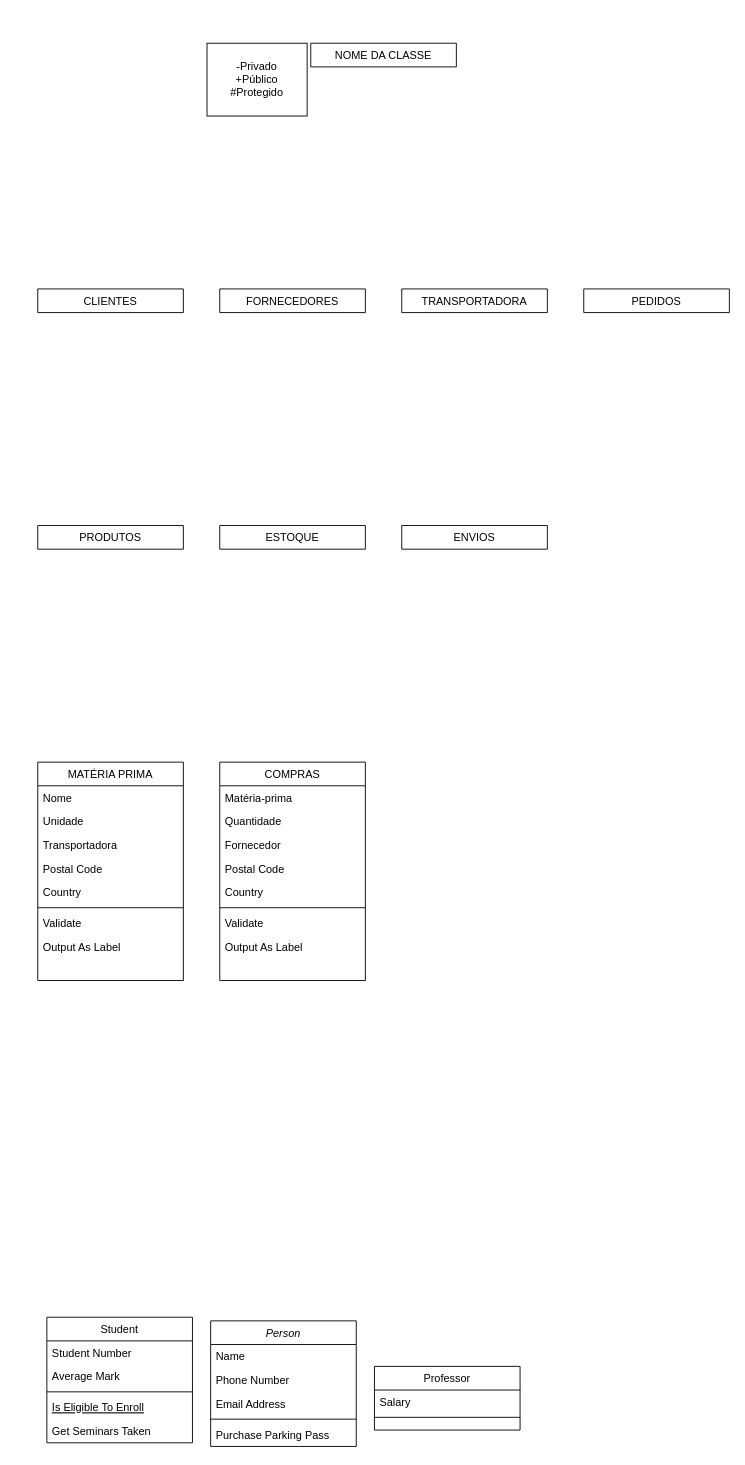
D3ise/fluxograma keeps this draw.io diagram as doc/classe.drawio. Above is the earlier version. Source tidied: cells renumbered, new cells numbered last; positions are measured from the earlier drawing's top-left corner, leaving out a move shared by most shapes. Both pictures are drawn from the tidied source at 91%, with x=0, y=0 at pixel (37, 43).
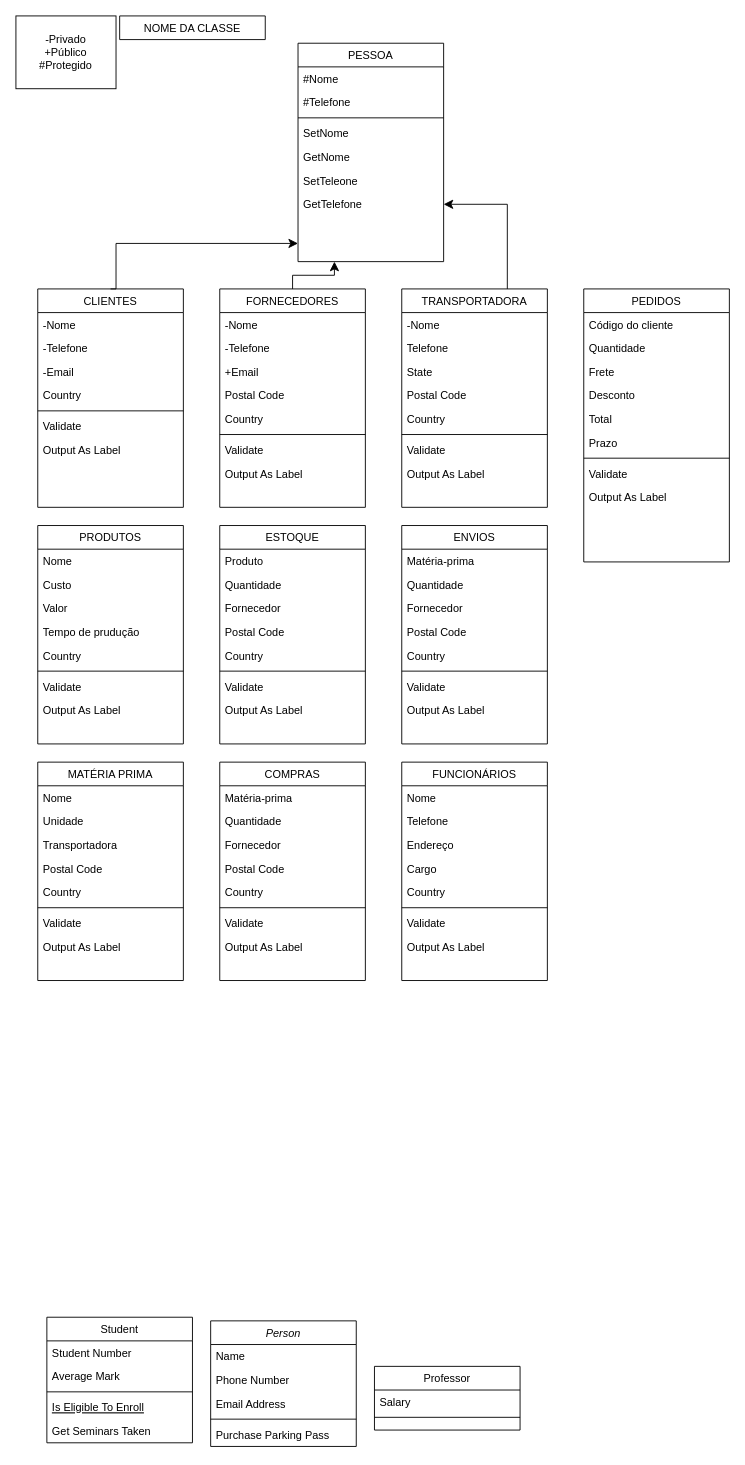
After the change.

Change to the diagram source:
```diff
@@
-    <mxCell id="17" value="CLIENTES" style="swimlane;fontStyle=0;align=center;verticalAlign=top;horizontal=1;startSize=26;rounded=0;shadow=0;strokeWidth=1;" parent="1" vertex="1" collapsed="1">
-      <mxGeometry y="270" width="160" height="26" as="geometry" />
+    <mxCell id="17" value="CLIENTES" style="swimlane;fontStyle=0;align=center;verticalAlign=top;horizontal=1;startSize=26;rounded=0;shadow=0;strokeWidth=1;" parent="1" vertex="1">
+      <mxGeometry y="270" width="160" height="240" as="geometry" />
     </mxCell>
+    <mxCell id="44" value="-Nome" style="text;align=left;verticalAlign=top;spacingLeft=4;spacingRight=4;overflow=hidden;" parent="17" vertex="1">
+      <mxGeometry y="26" width="160" height="26" as="geometry" />
+    </mxCell>
+    <mxCell id="45" value="-Telefone" style="text;align=left;verticalAlign=top;spacingLeft=4;spacingRight=4;overflow=hidden;rounded=0;shadow=0;html=0;" parent="17" vertex="1">
+      <mxGeometry y="52" width="160" height="26" as="geometry" />
+    </mxCell>
+    <mxCell id="46" value="-Email" style="text;align=left;verticalAlign=top;spacingLeft=4;spacingRight=4;overflow=hidden;rounded=0;shadow=0;html=0;" parent="17" vertex="1">
+      <mxGeometry y="78" width="160" height="26" as="geometry" />
+    </mxCell>
+    <mxCell id="47" value="Country" style="text;align=left;verticalAlign=top;spacingLeft=4;spacingRight=4;overflow=hidden;rounded=0;shadow=0;html=0;" parent="17" vertex="1">
+      <mxGeometry y="104" width="160" height="26" as="geometry" />
+    </mxCell>
+    <mxCell id="48" style="line;html=1;strokeWidth=1;align=left;verticalAlign=middle;spacingTop=-1;spacingLeft=3;spacingRight=3;labelPosition=right;" parent="17" vertex="1">
+      <mxGeometry y="130" width="160" height="8" as="geometry" />
+    </mxCell>
+    <mxCell id="49" value="Validate" style="text;align=left;verticalAlign=top;spacingLeft=4;spacingRight=4;overflow=hidden;" parent="17" vertex="1">
+      <mxGeometry y="138" width="160" height="26" as="geometry" />
+    </mxCell>
+    <mxCell id="50" value="Output As Label" style="text;align=left;verticalAlign=top;spacingLeft=4;spacingRight=4;overflow=hidden;" parent="17" vertex="1">
+      <mxGeometry y="164" width="160" height="26" as="geometry" />
+    </mxCell>
-    <mxCell id="18" value="FORNECEDORES" style="swimlane;fontStyle=0;align=center;verticalAlign=top;horizontal=1;startSize=26;rounded=0;shadow=0;strokeWidth=1;" parent="1" vertex="1" collapsed="1">
-      <mxGeometry x="200" y="270" width="160" height="26" as="geometry" />
+    <mxCell id="18" value="FORNECEDORES" style="swimlane;fontStyle=0;align=center;verticalAlign=top;horizontal=1;startSize=26;rounded=0;shadow=0;strokeWidth=1;" parent="1" vertex="1">
+      <mxGeometry x="200" y="270" width="160" height="240" as="geometry" />
     </mxCell>
+    <mxCell id="51" value="-Nome" style="text;align=left;verticalAlign=top;spacingLeft=4;spacingRight=4;overflow=hidden;" parent="18" vertex="1">
+      <mxGeometry y="26" width="160" height="26" as="geometry" />
+    </mxCell>
+    <mxCell id="52" value="-Telefone" style="text;align=left;verticalAlign=top;spacingLeft=4;spacingRight=4;overflow=hidden;rounded=0;shadow=0;html=0;" parent="18" vertex="1">
+      <mxGeometry y="52" width="160" height="26" as="geometry" />
+    </mxCell>
+    <mxCell id="53" value="+Email" style="text;align=left;verticalAlign=top;spacingLeft=4;spacingRight=4;overflow=hidden;rounded=0;shadow=0;html=0;" parent="18" vertex="1">
+      <mxGeometry y="78" width="160" height="26" as="geometry" />
+    </mxCell>
+    <mxCell id="54" value="Postal Code" style="text;align=left;verticalAlign=top;spacingLeft=4;spacingRight=4;overflow=hidden;rounded=0;shadow=0;html=0;" parent="18" vertex="1">
+      <mxGeometry y="104" width="160" height="26" as="geometry" />
+    </mxCell>
+    <mxCell id="55" value="Country" style="text;align=left;verticalAlign=top;spacingLeft=4;spacingRight=4;overflow=hidden;rounded=0;shadow=0;html=0;" parent="18" vertex="1">
+      <mxGeometry y="130" width="160" height="26" as="geometry" />
+    </mxCell>
+    <mxCell id="56" style="line;html=1;strokeWidth=1;align=left;verticalAlign=middle;spacingTop=-1;spacingLeft=3;spacingRight=3;labelPosition=right;" parent="18" vertex="1">
+      <mxGeometry y="156" width="160" height="8" as="geometry" />
+    </mxCell>
+    <mxCell id="57" value="Validate" style="text;align=left;verticalAlign=top;spacingLeft=4;spacingRight=4;overflow=hidden;" parent="18" vertex="1">
+      <mxGeometry y="164" width="160" height="26" as="geometry" />
+    </mxCell>
+    <mxCell id="58" value="Output As Label" style="text;align=left;verticalAlign=top;spacingLeft=4;spacingRight=4;overflow=hidden;" parent="18" vertex="1">
+      <mxGeometry y="190" width="160" height="26" as="geometry" />
+    </mxCell>
-    <mxCell id="19" value="TRANSPORTADORA" style="swimlane;fontStyle=0;align=center;verticalAlign=top;horizontal=1;startSize=26;rounded=0;shadow=0;strokeWidth=1;" parent="1" vertex="1" collapsed="1">
-      <mxGeometry x="400" y="270" width="160" height="26" as="geometry" />
+    <mxCell id="19" value="TRANSPORTADORA" style="swimlane;fontStyle=0;align=center;verticalAlign=top;horizontal=1;startSize=26;rounded=0;shadow=0;strokeWidth=1;" parent="1" vertex="1">
+      <mxGeometry x="400" y="270" width="160" height="240" as="geometry" />
     </mxCell>
+    <mxCell id="59" value="-Nome" style="text;align=left;verticalAlign=top;spacingLeft=4;spacingRight=4;overflow=hidden;" parent="19" vertex="1">
+      <mxGeometry y="26" width="160" height="26" as="geometry" />
+    </mxCell>
+    <mxCell id="60" value="Telefone" style="text;align=left;verticalAlign=top;spacingLeft=4;spacingRight=4;overflow=hidden;rounded=0;shadow=0;html=0;" parent="19" vertex="1">
+      <mxGeometry y="52" width="160" height="26" as="geometry" />
+    </mxCell>
+    <mxCell id="61" value="State" style="text;align=left;verticalAlign=top;spacingLeft=4;spacingRight=4;overflow=hidden;rounded=0;shadow=0;html=0;" parent="19" vertex="1">
+      <mxGeometry y="78" width="160" height="26" as="geometry" />
+    </mxCell>
+    <mxCell id="62" value="Postal Code" style="text;align=left;verticalAlign=top;spacingLeft=4;spacingRight=4;overflow=hidden;rounded=0;shadow=0;html=0;" parent="19" vertex="1">
+      <mxGeometry y="104" width="160" height="26" as="geometry" />
+    </mxCell>
+    <mxCell id="63" value="Country" style="text;align=left;verticalAlign=top;spacingLeft=4;spacingRight=4;overflow=hidden;rounded=0;shadow=0;html=0;" parent="19" vertex="1">
+      <mxGeometry y="130" width="160" height="26" as="geometry" />
+    </mxCell>
+    <mxCell id="64" style="line;html=1;strokeWidth=1;align=left;verticalAlign=middle;spacingTop=-1;spacingLeft=3;spacingRight=3;labelPosition=right;" parent="19" vertex="1">
+      <mxGeometry y="156" width="160" height="8" as="geometry" />
+    </mxCell>
+    <mxCell id="65" value="Validate" style="text;align=left;verticalAlign=top;spacingLeft=4;spacingRight=4;overflow=hidden;" parent="19" vertex="1">
+      <mxGeometry y="164" width="160" height="26" as="geometry" />
+    </mxCell>
+    <mxCell id="66" value="Output As Label" style="text;align=left;verticalAlign=top;spacingLeft=4;spacingRight=4;overflow=hidden;" parent="19" vertex="1">
+      <mxGeometry y="190" width="160" height="26" as="geometry" />
+    </mxCell>
-    <mxCell id="20" value="PEDIDOS" style="swimlane;fontStyle=0;align=center;verticalAlign=top;horizontal=1;startSize=26;rounded=0;shadow=0;strokeWidth=1;" parent="1" vertex="1" collapsed="1">
-      <mxGeometry x="600" y="270" width="160" height="26" as="geometry" />
+    <mxCell id="20" value="PEDIDOS" style="swimlane;fontStyle=0;align=center;verticalAlign=top;horizontal=1;startSize=26;rounded=0;shadow=0;strokeWidth=1;" parent="1" vertex="1">
+      <mxGeometry x="600" y="270" width="160" height="300" as="geometry" />
     </mxCell>
+    <mxCell id="67" value="Código do cliente" style="text;align=left;verticalAlign=top;spacingLeft=4;spacingRight=4;overflow=hidden;" parent="20" vertex="1">
+      <mxGeometry y="26" width="160" height="26" as="geometry" />
+    </mxCell>
+    <mxCell id="68" value="Quantidade" style="text;align=left;verticalAlign=top;spacingLeft=4;spacingRight=4;overflow=hidden;rounded=0;shadow=0;html=0;" parent="20" vertex="1">
+      <mxGeometry y="52" width="160" height="26" as="geometry" />
+    </mxCell>
+    <mxCell id="69" value="Frete" style="text;align=left;verticalAlign=top;spacingLeft=4;spacingRight=4;overflow=hidden;rounded=0;shadow=0;html=0;" parent="20" vertex="1">
+      <mxGeometry y="78" width="160" height="26" as="geometry" />
+    </mxCell>
+    <mxCell id="70" value="Desconto" style="text;align=left;verticalAlign=top;spacingLeft=4;spacingRight=4;overflow=hidden;rounded=0;shadow=0;html=0;" parent="20" vertex="1">
+      <mxGeometry y="104" width="160" height="26" as="geometry" />
+    </mxCell>
+    <mxCell id="71" value="Total" style="text;align=left;verticalAlign=top;spacingLeft=4;spacingRight=4;overflow=hidden;rounded=0;shadow=0;html=0;" parent="20" vertex="1">
+      <mxGeometry y="130" width="160" height="26" as="geometry" />
+    </mxCell>
+    <mxCell id="72" value="Prazo" style="text;align=left;verticalAlign=top;spacingLeft=4;spacingRight=4;overflow=hidden;rounded=0;shadow=0;html=0;" parent="20" vertex="1">
+      <mxGeometry y="156" width="160" height="26" as="geometry" />
+    </mxCell>
+    <mxCell id="73" style="line;html=1;strokeWidth=1;align=left;verticalAlign=middle;spacingTop=-1;spacingLeft=3;spacingRight=3;labelPosition=right;" parent="20" vertex="1">
+      <mxGeometry y="182" width="160" height="8" as="geometry" />
+    </mxCell>
+    <mxCell id="74" value="Validate" style="text;align=left;verticalAlign=top;spacingLeft=4;spacingRight=4;overflow=hidden;" parent="20" vertex="1">
+      <mxGeometry y="190" width="160" height="26" as="geometry" />
+    </mxCell>
+    <mxCell id="75" value="Output As Label" style="text;align=left;verticalAlign=top;spacingLeft=4;spacingRight=4;overflow=hidden;" parent="20" vertex="1">
+      <mxGeometry y="216" width="160" height="26" as="geometry" />
+    </mxCell>
-    <mxCell id="21" value="PRODUTOS" style="swimlane;fontStyle=0;align=center;verticalAlign=top;horizontal=1;startSize=26;rounded=0;shadow=0;strokeWidth=1;" parent="1" vertex="1" collapsed="1">
-      <mxGeometry y="530" width="160" height="26" as="geometry" />
+    <mxCell id="21" value="PRODUTOS" style="swimlane;fontStyle=0;align=center;verticalAlign=top;horizontal=1;startSize=26;rounded=0;shadow=0;strokeWidth=1;" parent="1" vertex="1">
+      <mxGeometry y="530" width="160" height="240" as="geometry" />
     </mxCell>
+    <mxCell id="76" value="Nome" style="text;align=left;verticalAlign=top;spacingLeft=4;spacingRight=4;overflow=hidden;" parent="21" vertex="1">
+      <mxGeometry y="26" width="160" height="26" as="geometry" />
+    </mxCell>
+    <mxCell id="77" value="Custo" style="text;align=left;verticalAlign=top;spacingLeft=4;spacingRight=4;overflow=hidden;rounded=0;shadow=0;html=0;" parent="21" vertex="1">
+      <mxGeometry y="52" width="160" height="26" as="geometry" />
+    </mxCell>
+    <mxCell id="78" value="Valor" style="text;align=left;verticalAlign=top;spacingLeft=4;spacingRight=4;overflow=hidden;rounded=0;shadow=0;html=0;" parent="21" vertex="1">
+      <mxGeometry y="78" width="160" height="26" as="geometry" />
+    </mxCell>
+    <mxCell id="79" value="Tempo de prudução" style="text;align=left;verticalAlign=top;spacingLeft=4;spacingRight=4;overflow=hidden;rounded=0;shadow=0;html=0;" parent="21" vertex="1">
+      <mxGeometry y="104" width="160" height="26" as="geometry" />
+    </mxCell>
+    <mxCell id="80" value="Country" style="text;align=left;verticalAlign=top;spacingLeft=4;spacingRight=4;overflow=hidden;rounded=0;shadow=0;html=0;" parent="21" vertex="1">
+      <mxGeometry y="130" width="160" height="26" as="geometry" />
+    </mxCell>
+    <mxCell id="81" style="line;html=1;strokeWidth=1;align=left;verticalAlign=middle;spacingTop=-1;spacingLeft=3;spacingRight=3;labelPosition=right;" parent="21" vertex="1">
+      <mxGeometry y="156" width="160" height="8" as="geometry" />
+    </mxCell>
+    <mxCell id="82" value="Validate" style="text;align=left;verticalAlign=top;spacingLeft=4;spacingRight=4;overflow=hidden;" parent="21" vertex="1">
+      <mxGeometry y="164" width="160" height="26" as="geometry" />
+    </mxCell>
+    <mxCell id="83" value="Output As Label" style="text;align=left;verticalAlign=top;spacingLeft=4;spacingRight=4;overflow=hidden;" parent="21" vertex="1">
+      <mxGeometry y="190" width="160" height="26" as="geometry" />
+    </mxCell>
     <mxCell id="22" value="NOME DA CLASSE" style="swimlane;fontStyle=0;align=center;verticalAlign=top;horizontal=1;startSize=26;rounded=0;shadow=0;strokeWidth=1;" parent="1" vertex="1" collapsed="1">
-      <mxGeometry x="300" width="160" height="26" as="geometry" />
+      <mxGeometry x="90" y="-30" width="160" height="26" as="geometry" />
     </mxCell>
-    <mxCell id="23" value="ESTOQUE" style="swimlane;fontStyle=0;align=center;verticalAlign=top;horizontal=1;startSize=26;rounded=0;shadow=0;strokeWidth=1;" parent="1" vertex="1" collapsed="1">
-      <mxGeometry x="200" y="530" width="160" height="26" as="geometry" />
+    <mxCell id="23" value="ESTOQUE" style="swimlane;fontStyle=0;align=center;verticalAlign=top;horizontal=1;startSize=26;rounded=0;shadow=0;strokeWidth=1;" parent="1" vertex="1">
+      <mxGeometry x="200" y="530" width="160" height="240" as="geometry" />
     </mxCell>
+    <mxCell id="84" value="Produto" style="text;align=left;verticalAlign=top;spacingLeft=4;spacingRight=4;overflow=hidden;" parent="23" vertex="1">
+      <mxGeometry y="26" width="160" height="26" as="geometry" />
+    </mxCell>
+    <mxCell id="85" value="Quantidade" style="text;align=left;verticalAlign=top;spacingLeft=4;spacingRight=4;overflow=hidden;rounded=0;shadow=0;html=0;" parent="23" vertex="1">
+      <mxGeometry y="52" width="160" height="26" as="geometry" />
+    </mxCell>
+    <mxCell id="86" value="Fornecedor" style="text;align=left;verticalAlign=top;spacingLeft=4;spacingRight=4;overflow=hidden;rounded=0;shadow=0;html=0;" parent="23" vertex="1">
+      <mxGeometry y="78" width="160" height="26" as="geometry" />
+    </mxCell>
+    <mxCell id="87" value="Postal Code" style="text;align=left;verticalAlign=top;spacingLeft=4;spacingRight=4;overflow=hidden;rounded=0;shadow=0;html=0;" parent="23" vertex="1">
+      <mxGeometry y="104" width="160" height="26" as="geometry" />
+    </mxCell>
+    <mxCell id="88" value="Country" style="text;align=left;verticalAlign=top;spacingLeft=4;spacingRight=4;overflow=hidden;rounded=0;shadow=0;html=0;" parent="23" vertex="1">
+      <mxGeometry y="130" width="160" height="26" as="geometry" />
+    </mxCell>
+    <mxCell id="89" style="line;html=1;strokeWidth=1;align=left;verticalAlign=middle;spacingTop=-1;spacingLeft=3;spacingRight=3;labelPosition=right;" parent="23" vertex="1">
+      <mxGeometry y="156" width="160" height="8" as="geometry" />
+    </mxCell>
+    <mxCell id="90" value="Validate" style="text;align=left;verticalAlign=top;spacingLeft=4;spacingRight=4;overflow=hidden;" parent="23" vertex="1">
+      <mxGeometry y="164" width="160" height="26" as="geometry" />
+    </mxCell>
+    <mxCell id="91" value="Output As Label" style="text;align=left;verticalAlign=top;spacingLeft=4;spacingRight=4;overflow=hidden;" parent="23" vertex="1">
+      <mxGeometry y="190" width="160" height="26" as="geometry" />
+    </mxCell>
-    <mxCell id="24" value="ENVIOS" style="swimlane;fontStyle=0;align=center;verticalAlign=top;horizontal=1;startSize=26;rounded=0;shadow=0;strokeWidth=1;" parent="1" vertex="1" collapsed="1">
-      <mxGeometry x="400" y="530" width="160" height="26" as="geometry" />
+    <mxCell id="24" value="ENVIOS" style="swimlane;fontStyle=0;align=center;verticalAlign=top;horizontal=1;startSize=26;rounded=0;shadow=0;strokeWidth=1;" parent="1" vertex="1">
+      <mxGeometry x="400" y="530" width="160" height="240" as="geometry" />
     </mxCell>
+    <mxCell id="92" value="Matéria-prima" style="text;align=left;verticalAlign=top;spacingLeft=4;spacingRight=4;overflow=hidden;" parent="24" vertex="1">
+      <mxGeometry y="26" width="160" height="26" as="geometry" />
+    </mxCell>
+    <mxCell id="93" value="Quantidade" style="text;align=left;verticalAlign=top;spacingLeft=4;spacingRight=4;overflow=hidden;rounded=0;shadow=0;html=0;" parent="24" vertex="1">
+      <mxGeometry y="52" width="160" height="26" as="geometry" />
+    </mxCell>
+    <mxCell id="94" value="Fornecedor" style="text;align=left;verticalAlign=top;spacingLeft=4;spacingRight=4;overflow=hidden;rounded=0;shadow=0;html=0;" parent="24" vertex="1">
+      <mxGeometry y="78" width="160" height="26" as="geometry" />
+    </mxCell>
+    <mxCell id="95" value="Postal Code" style="text;align=left;verticalAlign=top;spacingLeft=4;spacingRight=4;overflow=hidden;rounded=0;shadow=0;html=0;" parent="24" vertex="1">
+      <mxGeometry y="104" width="160" height="26" as="geometry" />
+    </mxCell>
+    <mxCell id="96" value="Country" style="text;align=left;verticalAlign=top;spacingLeft=4;spacingRight=4;overflow=hidden;rounded=0;shadow=0;html=0;" parent="24" vertex="1">
+      <mxGeometry y="130" width="160" height="26" as="geometry" />
+    </mxCell>
+    <mxCell id="97" style="line;html=1;strokeWidth=1;align=left;verticalAlign=middle;spacingTop=-1;spacingLeft=3;spacingRight=3;labelPosition=right;" parent="24" vertex="1">
+      <mxGeometry y="156" width="160" height="8" as="geometry" />
+    </mxCell>
+    <mxCell id="98" value="Validate" style="text;align=left;verticalAlign=top;spacingLeft=4;spacingRight=4;overflow=hidden;" parent="24" vertex="1">
+      <mxGeometry y="164" width="160" height="26" as="geometry" />
+    </mxCell>
+    <mxCell id="99" value="Output As Label" style="text;align=left;verticalAlign=top;spacingLeft=4;spacingRight=4;overflow=hidden;" parent="24" vertex="1">
+      <mxGeometry y="190" width="160" height="26" as="geometry" />
+    </mxCell>
@@
     <mxCell id="43" value="&lt;div&gt;-Privado&lt;/div&gt;&lt;div&gt;+Público&lt;br&gt;&lt;/div&gt;&lt;div&gt;#Protegido&lt;/div&gt;" style="html=1;whiteSpace=wrap;" parent="1" vertex="1">
-      <mxGeometry x="186" width="110" height="80" as="geometry" />
+      <mxGeometry x="-24" y="-30" width="110" height="80" as="geometry" />
     </mxCell>
+    <mxCell id="100" value="PESSOA" style="swimlane;fontStyle=0;align=center;verticalAlign=top;horizontal=1;startSize=26;rounded=0;shadow=0;strokeWidth=1;" parent="1" vertex="1">
+      <mxGeometry x="286" width="160" height="240" as="geometry" />
+    </mxCell>
+    <mxCell id="101" value="#Nome" style="text;align=left;verticalAlign=top;spacingLeft=4;spacingRight=4;overflow=hidden;" parent="100" vertex="1">
+      <mxGeometry y="26" width="160" height="26" as="geometry" />
+    </mxCell>
+    <mxCell id="102" value="#Telefone" style="text;align=left;verticalAlign=top;spacingLeft=4;spacingRight=4;overflow=hidden;rounded=0;shadow=0;html=0;" parent="100" vertex="1">
+      <mxGeometry y="52" width="160" height="26" as="geometry" />
+    </mxCell>
+    <mxCell id="103" style="line;html=1;strokeWidth=1;align=left;verticalAlign=middle;spacingTop=-1;spacingLeft=3;spacingRight=3;labelPosition=right;" parent="100" vertex="1">
+      <mxGeometry y="78" width="160" height="8" as="geometry" />
+    </mxCell>
+    <mxCell id="104" value="SetNome" style="text;align=left;verticalAlign=top;spacingLeft=4;spacingRight=4;overflow=hidden;" parent="100" vertex="1">
+      <mxGeometry y="86" width="160" height="26" as="geometry" />
+    </mxCell>
+    <mxCell id="105" value="GetNome&#10;&#10;" style="text;align=left;verticalAlign=top;spacingLeft=4;spacingRight=4;overflow=hidden;" parent="100" vertex="1">
+      <mxGeometry y="112" width="160" height="26" as="geometry" />
+    </mxCell>
+    <mxCell id="106" value="SetTeleone&#10;&#10;" style="text;align=left;verticalAlign=top;spacingLeft=4;spacingRight=4;overflow=hidden;" parent="100" vertex="1">
+      <mxGeometry y="138" width="160" height="26" as="geometry" />
+    </mxCell>
+    <mxCell id="107" value="GetTelefone&#10;&#10;" style="text;align=left;verticalAlign=top;spacingLeft=4;spacingRight=4;overflow=hidden;points=[[0,0.5],[1,0.5]];portConstraint=eastwest;" parent="100" vertex="1">
+      <mxGeometry y="164" width="160" height="26" as="geometry" />
+    </mxCell>
+    <mxCell id="108" style="edgeStyle=elbowEdgeStyle;elbow=horizontal;endArrow=classic;html=1;curved=0;rounded=0;endSize=8;startSize=8;exitX=0.5;exitY=0;exitDx=0;exitDy=0;" parent="1" edge="1" source="17">
+      <mxGeometry relative="1" as="geometry">
+        <mxPoint x="286" y="220" as="targetPoint" />
+        <Array as="points">
+          <mxPoint x="86" y="275" />
+        </Array>
+      </mxGeometry>
+    </mxCell>
+    <mxCell id="109" style="edgeStyle=elbowEdgeStyle;elbow=vertical;endArrow=classic;html=1;curved=0;rounded=0;endSize=8;startSize=8;entryX=0.25;entryY=1;entryDx=0;entryDy=0;" parent="1" edge="1" source="18" target="100">
+      <mxGeometry relative="1" as="geometry" />
+    </mxCell>
+    <mxCell id="110" style="edgeStyle=elbowEdgeStyle;elbow=horizontal;endArrow=classic;html=1;curved=0;rounded=0;endSize=8;startSize=8;entryX=1;entryY=0.5;entryDx=0;entryDy=0;" parent="1" edge="1" target="107">
+      <mxGeometry relative="1" as="geometry">
+        <mxPoint x="516" y="270" as="sourcePoint" />
+        <Array as="points">
+          <mxPoint x="516" y="220" />
+        </Array>
+      </mxGeometry>
+    </mxCell>
+    <mxCell id="111" value="FUNCIONÁRIOS" style="swimlane;fontStyle=0;align=center;verticalAlign=top;horizontal=1;startSize=26;rounded=0;shadow=0;strokeWidth=1;" parent="1" vertex="1">
+      <mxGeometry x="400" y="790" width="160" height="240" as="geometry" />
+    </mxCell>
+    <mxCell id="112" value="Nome" style="text;align=left;verticalAlign=top;spacingLeft=4;spacingRight=4;overflow=hidden;" parent="111" vertex="1">
+      <mxGeometry y="26" width="160" height="26" as="geometry" />
+    </mxCell>
+    <mxCell id="113" value="Telefone" style="text;align=left;verticalAlign=top;spacingLeft=4;spacingRight=4;overflow=hidden;rounded=0;shadow=0;html=0;" parent="111" vertex="1">
+      <mxGeometry y="52" width="160" height="26" as="geometry" />
+    </mxCell>
+    <mxCell id="114" value="Endereço" style="text;align=left;verticalAlign=top;spacingLeft=4;spacingRight=4;overflow=hidden;rounded=0;shadow=0;html=0;" parent="111" vertex="1">
+      <mxGeometry y="78" width="160" height="26" as="geometry" />
+    </mxCell>
+    <mxCell id="115" value="Cargo" style="text;align=left;verticalAlign=top;spacingLeft=4;spacingRight=4;overflow=hidden;rounded=0;shadow=0;html=0;" parent="111" vertex="1">
+      <mxGeometry y="104" width="160" height="26" as="geometry" />
+    </mxCell>
+    <mxCell id="116" value="Country" style="text;align=left;verticalAlign=top;spacingLeft=4;spacingRight=4;overflow=hidden;rounded=0;shadow=0;html=0;" parent="111" vertex="1">
+      <mxGeometry y="130" width="160" height="26" as="geometry" />
+    </mxCell>
+    <mxCell id="117" style="line;html=1;strokeWidth=1;align=left;verticalAlign=middle;spacingTop=-1;spacingLeft=3;spacingRight=3;labelPosition=right;" parent="111" vertex="1">
+      <mxGeometry y="156" width="160" height="8" as="geometry" />
+    </mxCell>
+    <mxCell id="118" value="Validate" style="text;align=left;verticalAlign=top;spacingLeft=4;spacingRight=4;overflow=hidden;" parent="111" vertex="1">
+      <mxGeometry y="164" width="160" height="26" as="geometry" />
+    </mxCell>
+    <mxCell id="119" value="Output As Label" style="text;align=left;verticalAlign=top;spacingLeft=4;spacingRight=4;overflow=hidden;" parent="111" vertex="1">
+      <mxGeometry y="190" width="160" height="26" as="geometry" />
+    </mxCell>
```
